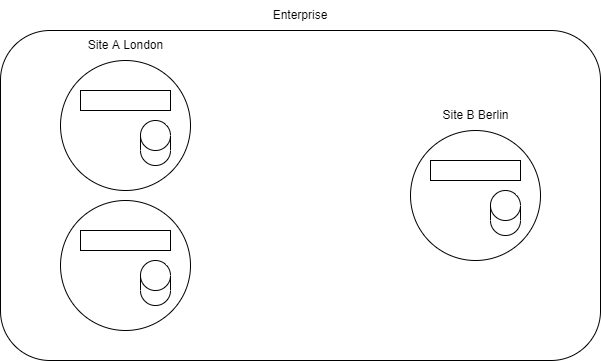
Above: images/Imprivata.drawio.png in Radriverron/radriverron.github.io (draw.io), before the change. Source tidied: cells renumbered, new cells last; positions are measured from the earlier drawing's top-left corner, leaving out a move shared by most shapes.
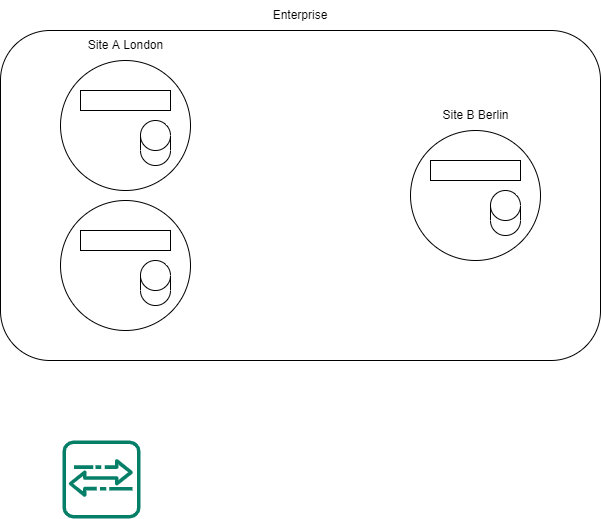
After the change.

The edit, as a diff of the source:
```diff
@@ -41,5 +41,8 @@
     <mxCell id="14" style="shape=cylinder3;whiteSpace=wrap;html=1;boundedLbl=1;backgroundOutline=1;size=15;" parent="1" vertex="1">
       <mxGeometry x="140" y="260" width="30" height="45" as="geometry" />
     </mxCell>
+    <mxCell id="15" style="sketch=0;fontColor=#232F3E;gradientColor=none;fillColor=#067F68;strokeColor=none;dashed=0;verticalLabelPosition=bottom;verticalAlign=top;align=center;html=1;fontSize=12;fontStyle=0;shape=mxgraph.aws4.agent2;" parent="1" vertex="1">
+      <mxGeometry x="62" y="440" width="78" height="78" as="geometry" />
+    </mxCell>
   </root>
 </mxGraphModel>
```
